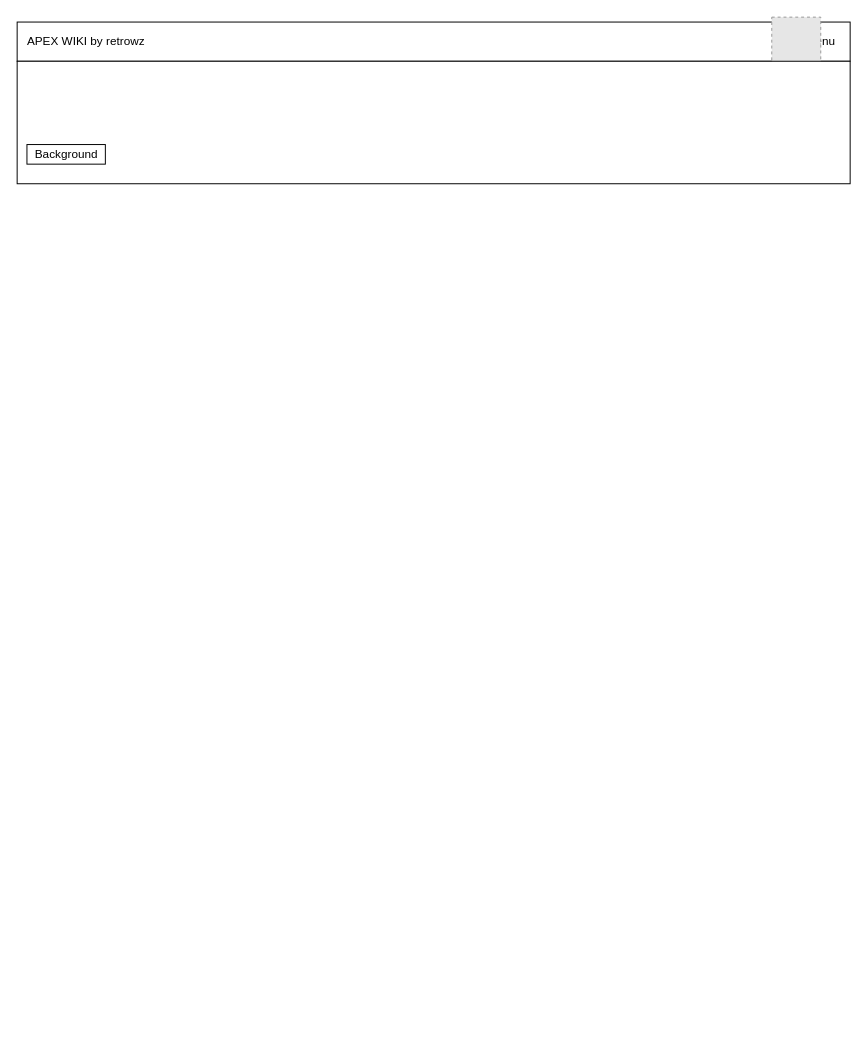
This is Web Design image/Second pages.drawio from Retrowz/DIGITECH1---2022---APEX-SITE, a draw.io file, before an edit. Source tidied: cells renumbered, new cells numbered last; positions are measured from the earlier drawing's top-left corner, leaving out a move shared by most shapes. Both pictures are drawn from the tidied source at 98%, with x=0, y=0 at pixel (17, 17). Pictures stored in the file or linked from it are replaced by grey dashed boxes.
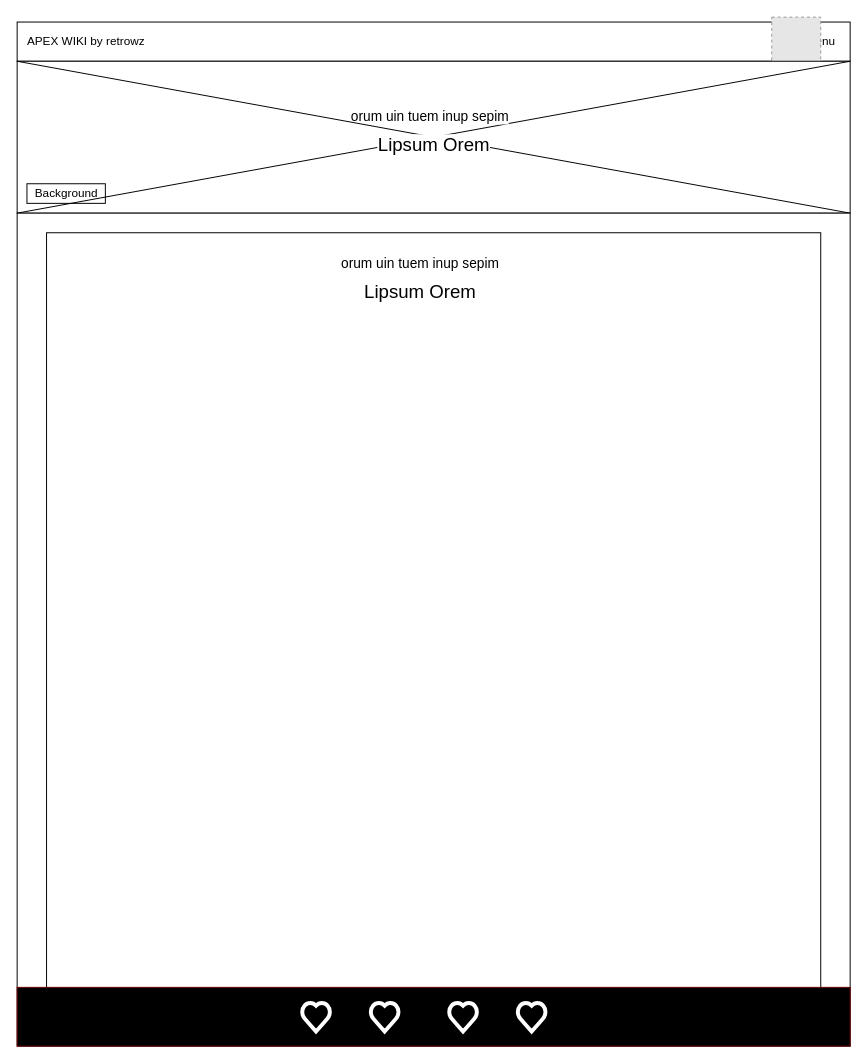
Above is the later version.

Unchanged cells that the change refers to:
```xml
<mxCell id="2" style="rounded=0;whiteSpace=wrap;html=1;" parent="1" vertex="1">
  <mxGeometry y="5" width="850" height="40" as="geometry" />
</mxCell>
```

The edit, as a diff of the source:
```diff
@@
     <mxCell id="6" style="rounded=0;whiteSpace=wrap;html=1;" parent="1" vertex="1">
-      <mxGeometry y="45" width="850" height="125" as="geometry" />
+      <mxGeometry y="45" width="850" height="155" as="geometry" />
     </mxCell>
     <mxCell id="7" value="Background" style="text;html=1;align=center;verticalAlign=middle;strokeColor=default;fillColor=none;" parent="1" vertex="1">
-      <mxGeometry x="10" y="130" width="80" height="20" as="geometry" />
+      <mxGeometry x="10" y="170" width="80" height="20" as="geometry" />
     </mxCell>
+    <mxCell id="8" style="edgeStyle=orthogonalEdgeStyle;rounded=0;orthogonalLoop=1;jettySize=auto;html=1;exitX=0.5;exitY=1;exitDx=0;exitDy=0;" parent="1" edge="1" source="6" target="6">
+      <mxGeometry relative="1" as="geometry" />
+    </mxCell>
+    <mxCell id="9" style="endArrow=none;html=1;rounded=0;entryX=1;entryY=1;entryDx=0;entryDy=0;exitX=0;exitY=1;exitDx=0;exitDy=0;" parent="1" edge="1" source="6" target="2">
+      <mxGeometry relative="1" as="geometry" />
+    </mxCell>
+    <mxCell id="10" value="orum uin tuem inup sepim" style="edgeLabel;html=1;align=center;verticalAlign=middle;fontSize=14;" parent="9" vertex="1">
+      <mxGeometry x="-0.33" y="3" relative="1" as="geometry">
+        <mxPoint x="137" y="-45" as="offset" />
+      </mxGeometry>
+    </mxCell>
+    <mxCell id="11" style="endArrow=none;html=1;rounded=0;exitX=1;exitY=1;exitDx=0;exitDy=0;entryX=0;entryY=0;entryDx=0;entryDy=0;" parent="1" edge="1" source="6" target="6">
+      <mxGeometry relative="1" as="geometry" />
+    </mxCell>
+    <mxCell id="12" value="Lipsum Orem" style="edgeLabel;html=1;align=center;verticalAlign=middle;fontSize=19;" parent="11" vertex="1">
+      <mxGeometry x="-0.33" y="3" relative="1" as="geometry">
+        <mxPoint x="-141" y="-21" as="offset" />
+      </mxGeometry>
+    </mxCell>
+    <mxCell id="13" style="whiteSpace=wrap;html=1;fontSize=14;" parent="1" vertex="1">
+      <mxGeometry y="200" width="850" height="850" as="geometry" />
+    </mxCell>
+    <mxCell id="14" style="whiteSpace=wrap;html=1;fontSize=14;" parent="1" vertex="1">
+      <mxGeometry x="30" y="220" width="790" height="790" as="geometry" />
+    </mxCell>
+    <mxCell id="15" style="rounded=0;whiteSpace=wrap;html=1;fontSize=14;fillColor=#000000;fontColor=#ffffff;strokeColor=#6F0000;" parent="1" vertex="1">
+      <mxGeometry y="990" width="850" height="60" as="geometry" />
+    </mxCell>
+    <mxCell id="16" style="verticalLabelPosition=bottom;verticalAlign=top;html=1;shape=mxgraph.basic.heart;fontSize=14;fillColor=#000000;strokeColor=#FFFFFF;strokeWidth=4;" parent="1" vertex="1">
+      <mxGeometry x="290" y="1005" width="30" height="30" as="geometry" />
+    </mxCell>
+    <mxCell id="17" style="verticalLabelPosition=bottom;verticalAlign=top;html=1;shape=mxgraph.basic.heart;fontSize=14;fillColor=#000000;strokeColor=#FFFFFF;strokeWidth=4;" parent="1" vertex="1">
+      <mxGeometry x="360" y="1005" width="30" height="30" as="geometry" />
+    </mxCell>
+    <mxCell id="18" style="verticalLabelPosition=bottom;verticalAlign=top;html=1;shape=mxgraph.basic.heart;fontSize=14;fillColor=#000000;strokeColor=#FFFFFF;strokeWidth=4;" parent="1" vertex="1">
+      <mxGeometry x="440" y="1005" width="30" height="30" as="geometry" />
+    </mxCell>
+    <mxCell id="19" style="verticalLabelPosition=bottom;verticalAlign=top;html=1;shape=mxgraph.basic.heart;fontSize=14;fillColor=#000000;strokeColor=#FFFFFF;strokeWidth=4;" parent="1" vertex="1">
+      <mxGeometry x="510" y="1005" width="30" height="30" as="geometry" />
+    </mxCell>
+    <mxCell id="20" value="orum uin tuem inup sepim" style="edgeLabel;html=1;align=center;verticalAlign=middle;fontSize=14;" parent="1" vertex="1">
+      <mxGeometry x="410" y="250" as="geometry" />
+    </mxCell>
+    <mxCell id="21" value="Lipsum Orem" style="edgeLabel;html=1;align=center;verticalAlign=middle;fontSize=19;" parent="1" vertex="1">
+      <mxGeometry x="410" y="280" as="geometry" />
+    </mxCell>
```
